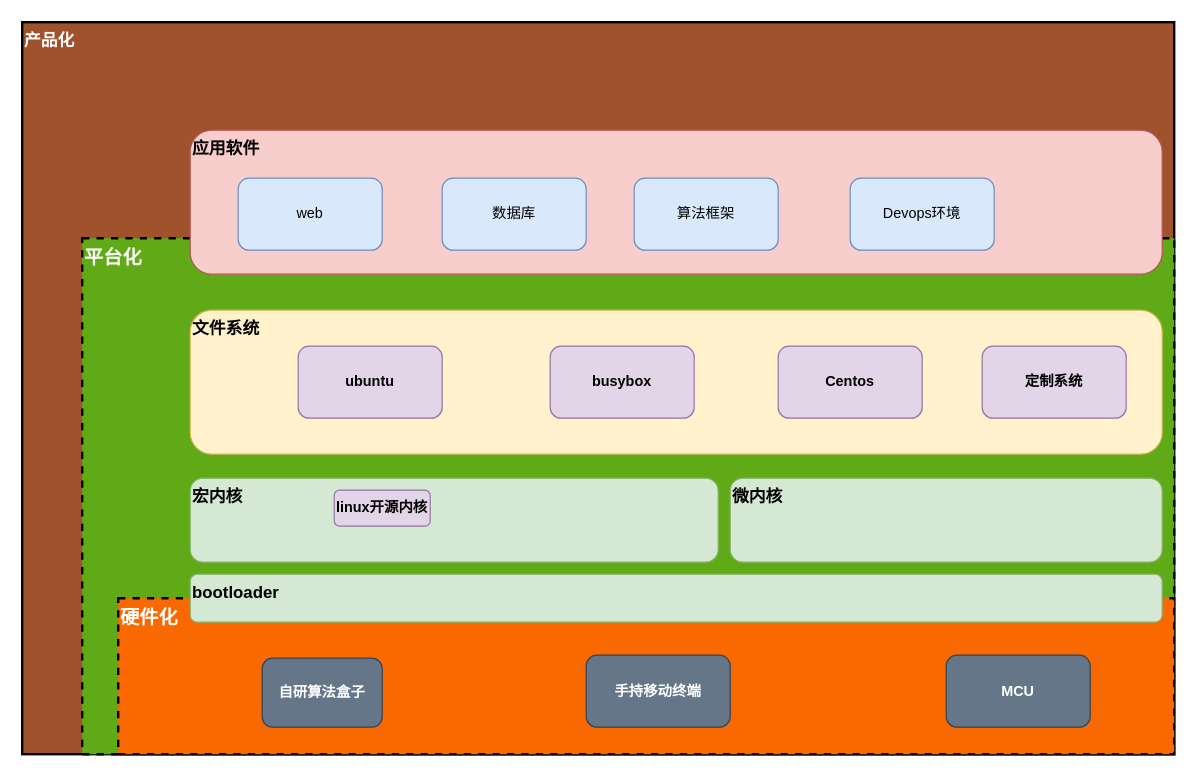
Earlier version of the draw.io diagram platform_design.drawio (qiaoshouxing/draw.io). Source tidied: cells renumbered, new cells numbered last; positions are measured from the earlier drawing's top-left corner, leaving out a move shared by most shapes. Both pictures are drawn from the tidied source at 120%, with x=0, y=0 at pixel (22, 22).
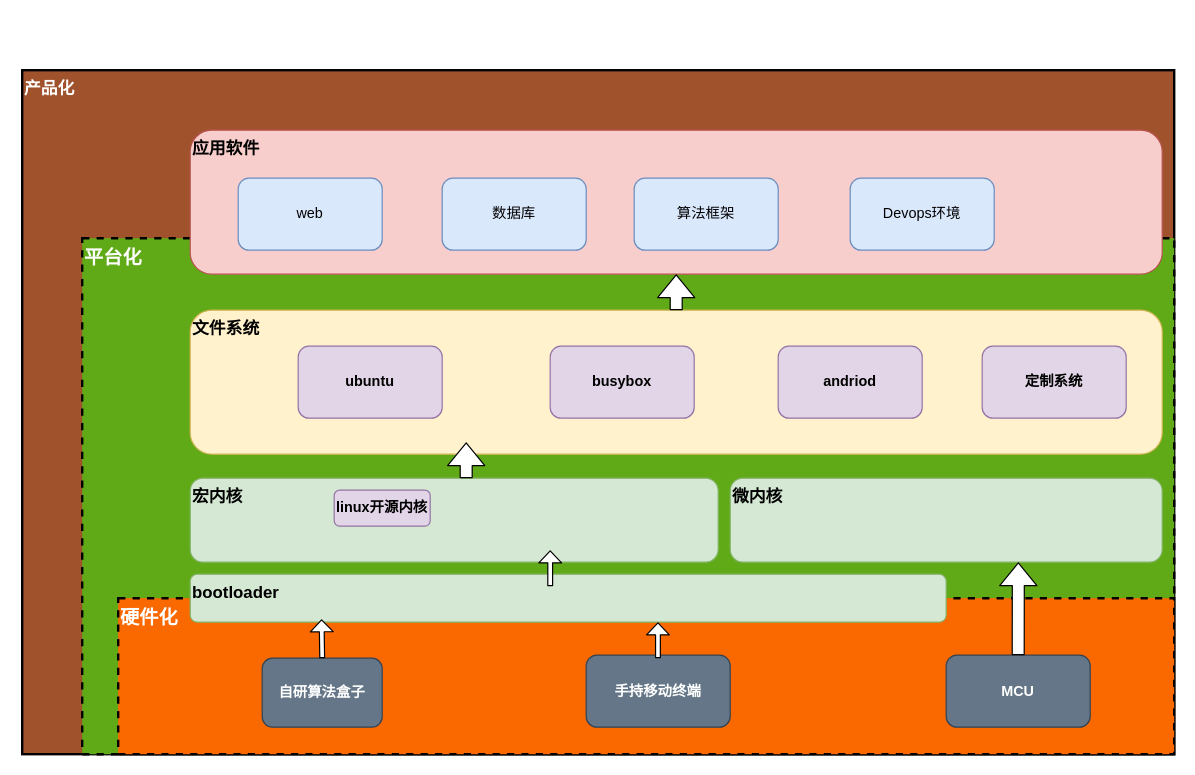
The same diagram, later.

The change refers to these unchanged cells:
```xml
<mxCell id="6" value="文件系统" style="rounded=1;whiteSpace=wrap;html=1;align=left;verticalAlign=top;fontStyle=1;fontSize=14;fillColor=#fff2cc;strokeColor=#d6b656;" parent="1" vertex="1">
  <mxGeometry x="140" y="240" width="810" height="120" as="geometry" />
</mxCell>
<mxCell id="7" value="应用软件" style="rounded=1;whiteSpace=wrap;html=1;align=left;verticalAlign=top;fontStyle=1;fontSize=14;fillColor=#f8cecc;strokeColor=#b85450;" parent="1" vertex="1">
  <mxGeometry x="140" y="90" width="810" height="120" as="geometry" />
</mxCell>
<mxCell id="13" value="微内核" style="rounded=1;whiteSpace=wrap;html=1;align=left;verticalAlign=top;fillColor=#d5e8d4;strokeColor=#82b366;fontStyle=1;fontSize=14;" parent="1" vertex="1">
  <mxGeometry x="590" y="380" width="360" height="70" as="geometry" />
</mxCell>
<mxCell id="19" value="自研算法盒子" style="rounded=1;whiteSpace=wrap;html=1;labelBackgroundColor=none;fillColor=#647687;strokeColor=#314354;fontStyle=1;fontColor=#FFFFFF;" parent="1" vertex="1">
  <mxGeometry x="200" y="530" width="100" height="57.5" as="geometry" />
</mxCell>
<mxCell id="20" value="MCU" style="rounded=1;whiteSpace=wrap;html=1;labelBackgroundColor=none;fillColor=#647687;strokeColor=#314354;fontColor=#ffffff;fontStyle=1;" parent="1" vertex="1">
  <mxGeometry x="770" y="527.5" width="120" height="60" as="geometry" />
</mxCell>
```

What changed in the source:
```diff
@@
     <mxCell id="2" value="产品化" style="rounded=0;whiteSpace=wrap;html=1;fillColor=#a0522d;fontSize=14;align=left;fontStyle=1;verticalAlign=top;strokeWidth=2;fontColor=#ffffff;" parent="1" vertex="1">
-      <mxGeometry width="960" height="610" as="geometry" />
+      <mxGeometry y="40" width="960" height="570" as="geometry" />
     </mxCell>
@@
     <mxCell id="11" value="bootloader" style="rounded=1;whiteSpace=wrap;html=1;align=left;verticalAlign=top;fillColor=#d5e8d4;strokeColor=#82b366;fontStyle=1;fontSize=14;" parent="1" vertex="1">
-      <mxGeometry x="140" y="460" width="810" height="40" as="geometry" />
+      <mxGeometry x="140" y="460" width="630" height="40" as="geometry" />
     </mxCell>
@@
-    <mxCell id="14" value="Centos" style="rounded=1;whiteSpace=wrap;html=1;align=center;fillColor=#e1d5e7;strokeColor=#9673a6;fontStyle=1;" parent="1" vertex="1">
+    <mxCell id="14" value="andriod" style="rounded=1;whiteSpace=wrap;html=1;align=center;fillColor=#e1d5e7;strokeColor=#9673a6;fontStyle=1;" parent="1" vertex="1">
       <mxGeometry x="630" y="270" width="120" height="60" as="geometry" />
     </mxCell>
@@
+    <mxCell id="22" style="shape=flexArrow;endArrow=classic;html=1;fontSize=16;fontColor=#FFFFFF;exitX=0.5;exitY=0;exitDx=0;exitDy=0;entryX=0.667;entryY=1;entryDx=0;entryDy=0;entryPerimeter=0;fillColor=#ffffff;" parent="1" edge="1" source="20" target="13">
+      <mxGeometry relative="1" as="geometry" />
+    </mxCell>
+    <mxCell id="23" style="shape=flexArrow;endArrow=classic;html=1;fontSize=16;fontColor=#FFFFFF;exitX=0.5;exitY=0;exitDx=0;exitDy=0;entryX=0.5;entryY=1;entryDx=0;entryDy=0;fillColor=#ffffff;" parent="1" edge="1" source="6" target="7">
+      <mxGeometry relative="1" as="geometry" />
+    </mxCell>
+    <mxCell id="24" style="shape=flexArrow;endArrow=classic;html=1;fontSize=16;fontColor=#FFFFFF;exitX=0.5;exitY=0;exitDx=0;exitDy=0;entryX=0.5;entryY=1;entryDx=0;entryDy=0;fillColor=#ffffff;" parent="1" edge="1">
+      <mxGeometry relative="1" as="geometry">
+        <mxPoint x="370" y="380" as="sourcePoint" />
+        <mxPoint x="370" y="350" as="targetPoint" />
+      </mxGeometry>
+    </mxCell>
+    <mxCell id="25" style="shape=flexArrow;endArrow=classic;html=1;fontSize=16;fontColor=#FFFFFF;exitX=0.5;exitY=0;exitDx=0;exitDy=0;entryX=0.5;entryY=1;entryDx=0;entryDy=0;fillColor=#ffffff;width=4;endSize=3;endWidth=14;" parent="1" edge="1">
+      <mxGeometry relative="1" as="geometry">
+        <mxPoint x="440" y="470" as="sourcePoint" />
+        <mxPoint x="440" y="440" as="targetPoint" />
+      </mxGeometry>
+    </mxCell>
+    <mxCell id="26" style="shape=flexArrow;endArrow=classic;html=1;fontSize=16;fontColor=#FFFFFF;exitX=0.5;exitY=0;exitDx=0;exitDy=0;entryX=0.5;entryY=1;entryDx=0;entryDy=0;fillColor=#ffffff;width=4;endSize=3;endWidth=14;" parent="1" edge="1" source="19">
+      <mxGeometry relative="1" as="geometry">
+        <mxPoint x="249.5" y="497.5" as="targetPoint" />
+      </mxGeometry>
+    </mxCell>
+    <mxCell id="27" style="shape=flexArrow;endArrow=classic;html=1;fontSize=16;fontColor=#FFFFFF;exitX=0.5;exitY=0;exitDx=0;exitDy=0;entryX=0.5;entryY=1;entryDx=0;entryDy=0;fillColor=#ffffff;width=4;endSize=3;endWidth=14;" parent="1" edge="1">
+      <mxGeometry relative="1" as="geometry">
+        <mxPoint x="529.8" y="530" as="sourcePoint" />
+        <mxPoint x="529.8" y="500" as="targetPoint" />
+      </mxGeometry>
+    </mxCell>
```
